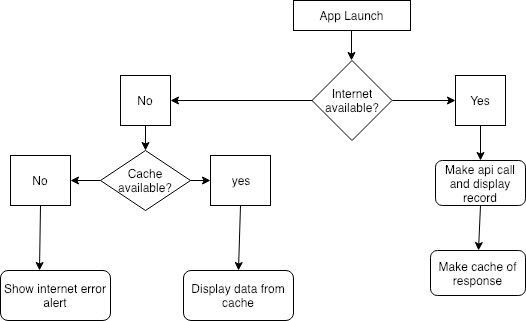
Earlier version of the draw.io export ScreenShots/flow.png (mohit5189/DeliveryApp). Source tidied: cells renumbered, new cells last; positions are measured from the earlier drawing's top-left corner, leaving out a move shared by most shapes. Source of this version:
```xml
<mxGraphModel>
  <root>
    <mxCell id="0" />
    <mxCell id="1" parent="0" />
    <mxCell id="2" value="App Launch&lt;br&gt;" style="rounded=0;whiteSpace=wrap;html=1;" parent="1" vertex="1">
      <mxGeometry x="293" width="117" height="30" as="geometry" />
    </mxCell>
    <mxCell id="3" value="Internet available?&lt;br&gt;" style="rhombus;whiteSpace=wrap;html=1;" parent="1" vertex="1">
      <mxGeometry x="311.5" y="60" width="80" height="80" as="geometry" />
    </mxCell>
    <mxCell id="4" value="Yes" style="whiteSpace=wrap;html=1;" parent="1" vertex="1">
      <mxGeometry x="455" y="75" width="50" height="50" as="geometry" />
    </mxCell>
    <mxCell id="5" value="No" style="whiteSpace=wrap;html=1;" parent="1" vertex="1">
      <mxGeometry x="120" y="75" width="50" height="50" as="geometry" />
    </mxCell>
    <mxCell id="6" value="Cache available?" style="rhombus;whiteSpace=wrap;html=1;" parent="1" vertex="1">
      <mxGeometry x="100" y="150" width="90" height="60" as="geometry" />
    </mxCell>
    <mxCell id="7" value="No" style="rounded=0;whiteSpace=wrap;html=1;" parent="1" vertex="1">
      <mxGeometry x="10" y="155" width="60" height="50" as="geometry" />
    </mxCell>
    <mxCell id="8" value="yes" style="rounded=0;whiteSpace=wrap;html=1;" parent="1" vertex="1">
      <mxGeometry x="210" y="155" width="60" height="50" as="geometry" />
    </mxCell>
    <mxCell id="9" value="Show internet error alert" style="rounded=1;whiteSpace=wrap;html=1;" parent="1" vertex="1">
      <mxGeometry y="270" width="110" height="50" as="geometry" />
    </mxCell>
    <mxCell id="10" value="Display data from cache" style="rounded=1;whiteSpace=wrap;html=1;" parent="1" vertex="1">
      <mxGeometry x="183" y="270" width="110" height="50" as="geometry" />
    </mxCell>
    <mxCell id="11" value="Make api call and display record&lt;br&gt;" style="rounded=1;whiteSpace=wrap;html=1;" parent="1" vertex="1">
      <mxGeometry x="435" y="160" width="90" height="45" as="geometry" />
    </mxCell>
    <mxCell id="12" value="Make cache of response" style="rounded=1;whiteSpace=wrap;html=1;" parent="1" vertex="1">
      <mxGeometry x="430" y="250" width="95" height="45" as="geometry" />
    </mxCell>
    <mxCell id="13" style="endArrow=classic;html=1;" parent="1" edge="1">
      <mxGeometry relative="1" as="geometry">
        <mxPoint x="351" y="30" as="sourcePoint" />
        <mxPoint x="351" y="60" as="targetPoint" />
      </mxGeometry>
    </mxCell>
    <mxCell id="14" style="endArrow=classic;html=1;entryX=1;entryY=0.5;entryDx=0;entryDy=0;exitX=0;exitY=0.5;exitDx=0;exitDy=0;" parent="1" edge="1" source="3" target="5">
      <mxGeometry relative="1" as="geometry" />
    </mxCell>
    <mxCell id="15" style="endArrow=classic;html=1;entryX=0.5;entryY=0;entryDx=0;entryDy=0;exitX=0.5;exitY=1;exitDx=0;exitDy=0;" parent="1" edge="1" source="5" target="6">
      <mxGeometry relative="1" as="geometry" />
    </mxCell>
    <mxCell id="16" style="endArrow=classic;html=1;exitX=1;exitY=0.5;exitDx=0;exitDy=0;" parent="1" edge="1" source="6">
      <mxGeometry relative="1" as="geometry">
        <mxPoint x="210" y="180" as="targetPoint" />
      </mxGeometry>
    </mxCell>
    <mxCell id="17" style="endArrow=classic;html=1;entryX=1;entryY=0.5;entryDx=0;entryDy=0;exitX=0;exitY=0.5;exitDx=0;exitDy=0;" parent="1" edge="1" source="6" target="7">
      <mxGeometry relative="1" as="geometry" />
    </mxCell>
    <mxCell id="18" style="endArrow=classic;html=1;entryX=0.355;entryY=0;entryDx=0;entryDy=0;exitX=0.5;exitY=1;exitDx=0;exitDy=0;entryPerimeter=0;" parent="1" edge="1" source="7" target="9">
      <mxGeometry relative="1" as="geometry" />
    </mxCell>
    <mxCell id="19" style="endArrow=classic;html=1;entryX=0.5;entryY=0;entryDx=0;entryDy=0;exitX=0.5;exitY=1;exitDx=0;exitDy=0;" parent="1" edge="1" source="8" target="10">
      <mxGeometry relative="1" as="geometry" />
    </mxCell>
    <mxCell id="20" style="endArrow=classic;html=1;entryX=0.5;entryY=0;entryDx=0;entryDy=0;exitX=0.5;exitY=1;exitDx=0;exitDy=0;" parent="1" edge="1" source="11" target="12">
      <mxGeometry relative="1" as="geometry" />
    </mxCell>
    <mxCell id="21" style="endArrow=classic;html=1;entryX=0.5;entryY=0;entryDx=0;entryDy=0;exitX=0.5;exitY=1;exitDx=0;exitDy=0;" parent="1" edge="1" source="4" target="11">
      <mxGeometry relative="1" as="geometry" />
    </mxCell>
    <mxCell id="22" style="endArrow=classic;html=1;entryX=0;entryY=0.5;entryDx=0;entryDy=0;exitX=1;exitY=0.5;exitDx=0;exitDy=0;" parent="1" edge="1" source="3" target="4">
      <mxGeometry relative="1" as="geometry" />
    </mxCell>
  </root>
</mxGraphModel>
```
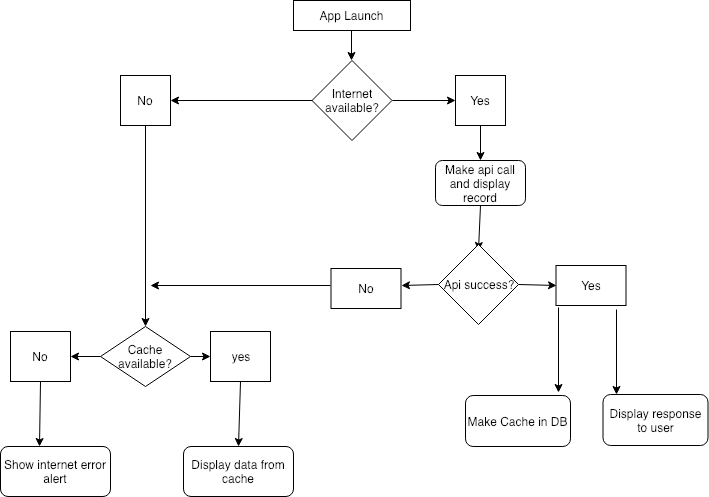
The same file after the commit.

Diff of the diagram source:
```diff
@@ -3,55 +3,52 @@
     <mxCell id="0" />
     <mxCell id="1" parent="0" />
     <mxCell id="2" value="App Launch&lt;br&gt;" style="rounded=0;whiteSpace=wrap;html=1;" parent="1" vertex="1">
-      <mxGeometry x="293" width="117" height="30" as="geometry" />
+      <mxGeometry x="363" y="25" width="117" height="30" as="geometry" />
     </mxCell>
     <mxCell id="3" value="Internet available?&lt;br&gt;" style="rhombus;whiteSpace=wrap;html=1;" parent="1" vertex="1">
-      <mxGeometry x="311.5" y="60" width="80" height="80" as="geometry" />
+      <mxGeometry x="381.5" y="85" width="80" height="80" as="geometry" />
     </mxCell>
     <mxCell id="4" value="Yes" style="whiteSpace=wrap;html=1;" parent="1" vertex="1">
-      <mxGeometry x="455" y="75" width="50" height="50" as="geometry" />
+      <mxGeometry x="525" y="100" width="50" height="50" as="geometry" />
     </mxCell>
     <mxCell id="5" value="No" style="whiteSpace=wrap;html=1;" parent="1" vertex="1">
-      <mxGeometry x="120" y="75" width="50" height="50" as="geometry" />
+      <mxGeometry x="190" y="100" width="50" height="50" as="geometry" />
     </mxCell>
     <mxCell id="6" value="Cache available?" style="rhombus;whiteSpace=wrap;html=1;" parent="1" vertex="1">
-      <mxGeometry x="100" y="150" width="90" height="60" as="geometry" />
+      <mxGeometry x="170" y="351" width="90" height="60" as="geometry" />
     </mxCell>
     <mxCell id="7" value="No" style="rounded=0;whiteSpace=wrap;html=1;" parent="1" vertex="1">
-      <mxGeometry x="10" y="155" width="60" height="50" as="geometry" />
+      <mxGeometry x="80" y="356" width="60" height="50" as="geometry" />
     </mxCell>
     <mxCell id="8" value="yes" style="rounded=0;whiteSpace=wrap;html=1;" parent="1" vertex="1">
-      <mxGeometry x="210" y="155" width="60" height="50" as="geometry" />
+      <mxGeometry x="280" y="356" width="60" height="50" as="geometry" />
     </mxCell>
     <mxCell id="9" value="Show internet error alert" style="rounded=1;whiteSpace=wrap;html=1;" parent="1" vertex="1">
-      <mxGeometry y="270" width="110" height="50" as="geometry" />
+      <mxGeometry x="70" y="471" width="110" height="50" as="geometry" />
     </mxCell>
     <mxCell id="10" value="Display data from cache" style="rounded=1;whiteSpace=wrap;html=1;" parent="1" vertex="1">
-      <mxGeometry x="183" y="270" width="110" height="50" as="geometry" />
+      <mxGeometry x="253" y="471" width="110" height="50" as="geometry" />
     </mxCell>
     <mxCell id="11" value="Make api call and display record&lt;br&gt;" style="rounded=1;whiteSpace=wrap;html=1;" parent="1" vertex="1">
-      <mxGeometry x="435" y="160" width="90" height="45" as="geometry" />
+      <mxGeometry x="505" y="185" width="90" height="45" as="geometry" />
     </mxCell>
-    <mxCell id="12" value="Make cache of response" style="rounded=1;whiteSpace=wrap;html=1;" parent="1" vertex="1">
-      <mxGeometry x="430" y="250" width="95" height="45" as="geometry" />
-    </mxCell>
-    <mxCell id="13" style="endArrow=classic;html=1;" parent="1" edge="1">
-      <mxGeometry relative="1" as="geometry">
-        <mxPoint x="351" y="30" as="sourcePoint" />
-        <mxPoint x="351" y="60" as="targetPoint" />
-      </mxGeometry>
-    </mxCell>
+    <mxCell id="23" style="endArrow=classic;html=1;" parent="1" edge="1">
+      <mxGeometry relative="1" as="geometry">
+        <mxPoint x="421" y="55" as="sourcePoint" />
+        <mxPoint x="421" y="85" as="targetPoint" />
+      </mxGeometry>
+    </mxCell>
     <mxCell id="14" style="endArrow=classic;html=1;entryX=1;entryY=0.5;entryDx=0;entryDy=0;exitX=0;exitY=0.5;exitDx=0;exitDy=0;" parent="1" edge="1" source="3" target="5">
       <mxGeometry relative="1" as="geometry" />
     </mxCell>
     <mxCell id="15" style="endArrow=classic;html=1;entryX=0.5;entryY=0;entryDx=0;entryDy=0;exitX=0.5;exitY=1;exitDx=0;exitDy=0;" parent="1" edge="1" source="5" target="6">
       <mxGeometry relative="1" as="geometry" />
     </mxCell>
-    <mxCell id="16" style="endArrow=classic;html=1;exitX=1;exitY=0.5;exitDx=0;exitDy=0;" parent="1" edge="1" source="6">
-      <mxGeometry relative="1" as="geometry">
-        <mxPoint x="210" y="180" as="targetPoint" />
-      </mxGeometry>
-    </mxCell>
+    <mxCell id="24" style="endArrow=classic;html=1;exitX=1;exitY=0.5;exitDx=0;exitDy=0;" parent="1" edge="1" source="6">
+      <mxGeometry relative="1" as="geometry">
+        <mxPoint x="280" y="381" as="targetPoint" />
+      </mxGeometry>
+    </mxCell>
     <mxCell id="17" style="endArrow=classic;html=1;entryX=1;entryY=0.5;entryDx=0;entryDy=0;exitX=0;exitY=0.5;exitDx=0;exitDy=0;" parent="1" edge="1" source="6" target="7">
       <mxGeometry relative="1" as="geometry" />
     </mxCell>
@@ -61,14 +58,51 @@
     <mxCell id="19" style="endArrow=classic;html=1;entryX=0.5;entryY=0;entryDx=0;entryDy=0;exitX=0.5;exitY=1;exitDx=0;exitDy=0;" parent="1" edge="1" source="8" target="10">
       <mxGeometry relative="1" as="geometry" />
     </mxCell>
-    <mxCell id="20" style="endArrow=classic;html=1;entryX=0.5;entryY=0;entryDx=0;entryDy=0;exitX=0.5;exitY=1;exitDx=0;exitDy=0;" parent="1" edge="1" source="11" target="12">
-      <mxGeometry relative="1" as="geometry" />
-    </mxCell>
+    <mxCell id="25" style="endArrow=classic;html=1;entryX=0.5;entryY=0;entryDx=0;entryDy=0;exitX=0.5;exitY=1;exitDx=0;exitDy=0;" parent="1" edge="1" source="11">
+      <mxGeometry relative="1" as="geometry">
+        <mxPoint x="548" y="275" as="targetPoint" />
+      </mxGeometry>
+    </mxCell>
     <mxCell id="21" style="endArrow=classic;html=1;entryX=0.5;entryY=0;entryDx=0;entryDy=0;exitX=0.5;exitY=1;exitDx=0;exitDy=0;" parent="1" edge="1" source="4" target="11">
       <mxGeometry relative="1" as="geometry" />
     </mxCell>
     <mxCell id="22" style="endArrow=classic;html=1;entryX=0;entryY=0.5;entryDx=0;entryDy=0;exitX=1;exitY=0.5;exitDx=0;exitDy=0;" parent="1" edge="1" source="3" target="4">
       <mxGeometry relative="1" as="geometry" />
     </mxCell>
+    <mxCell id="26" value="Api success?&lt;br&gt;" style="rhombus;whiteSpace=wrap;html=1;" parent="1" vertex="1">
+      <mxGeometry x="508" y="269" width="80" height="80" as="geometry" />
+    </mxCell>
+    <mxCell id="27" value="Yes&lt;br&gt;" style="rounded=0;whiteSpace=wrap;html=1;" parent="1" vertex="1">
+      <mxGeometry x="625.5" y="290" width="70" height="40" as="geometry" />
+    </mxCell>
+    <mxCell id="28" value="No&lt;br&gt;" style="rounded=0;whiteSpace=wrap;html=1;" parent="1" vertex="1">
+      <mxGeometry x="400.5" y="293" width="70" height="40" as="geometry" />
+    </mxCell>
+    <mxCell id="29" style="endArrow=classic;html=1;" parent="1" edge="1">
+      <mxGeometry relative="1" as="geometry">
+        <mxPoint x="400" y="310" as="sourcePoint" />
+        <mxPoint x="220" y="310" as="targetPoint" />
+      </mxGeometry>
+    </mxCell>
+    <mxCell id="30" style="endArrow=classic;html=1;exitX=0;exitY=0.5;exitDx=0;exitDy=0;" parent="1" edge="1" source="26">
+      <mxGeometry relative="1" as="geometry">
+        <mxPoint x="471" y="310" as="targetPoint" />
+      </mxGeometry>
+    </mxCell>
+    <mxCell id="31" style="endArrow=classic;html=1;exitX=1;exitY=0.5;exitDx=0;exitDy=0;entryX=0;entryY=0.5;entryDx=0;entryDy=0;" parent="1" edge="1" source="26" target="27">
+      <mxGeometry relative="1" as="geometry" />
+    </mxCell>
+    <mxCell id="32" value="Make Cache in DB" style="rounded=1;whiteSpace=wrap;html=1;" parent="1" vertex="1">
+      <mxGeometry x="535" y="420" width="105" height="51" as="geometry" />
+    </mxCell>
+    <mxCell id="33" value="Display response to user&lt;br&gt;" style="rounded=1;whiteSpace=wrap;html=1;" parent="1" vertex="1">
+      <mxGeometry x="672.5" y="419" width="105" height="51" as="geometry" />
+    </mxCell>
+    <mxCell id="34" style="endArrow=classic;html=1;entryX=0.886;entryY=-0.059;entryDx=0;entryDy=0;entryPerimeter=0;exitX=0.036;exitY=1.05;exitDx=0;exitDy=0;exitPerimeter=0;" parent="1" edge="1" source="27" target="32">
+      <mxGeometry relative="1" as="geometry" />
+    </mxCell>
+    <mxCell id="35" style="endArrow=classic;html=1;entryX=0.129;entryY=0;entryDx=0;entryDy=0;entryPerimeter=0;exitX=0.864;exitY=1.1;exitDx=0;exitDy=0;exitPerimeter=0;" parent="1" edge="1" source="27" target="33">
+      <mxGeometry relative="1" as="geometry" />
+    </mxCell>
   </root>
 </mxGraphModel>
```
